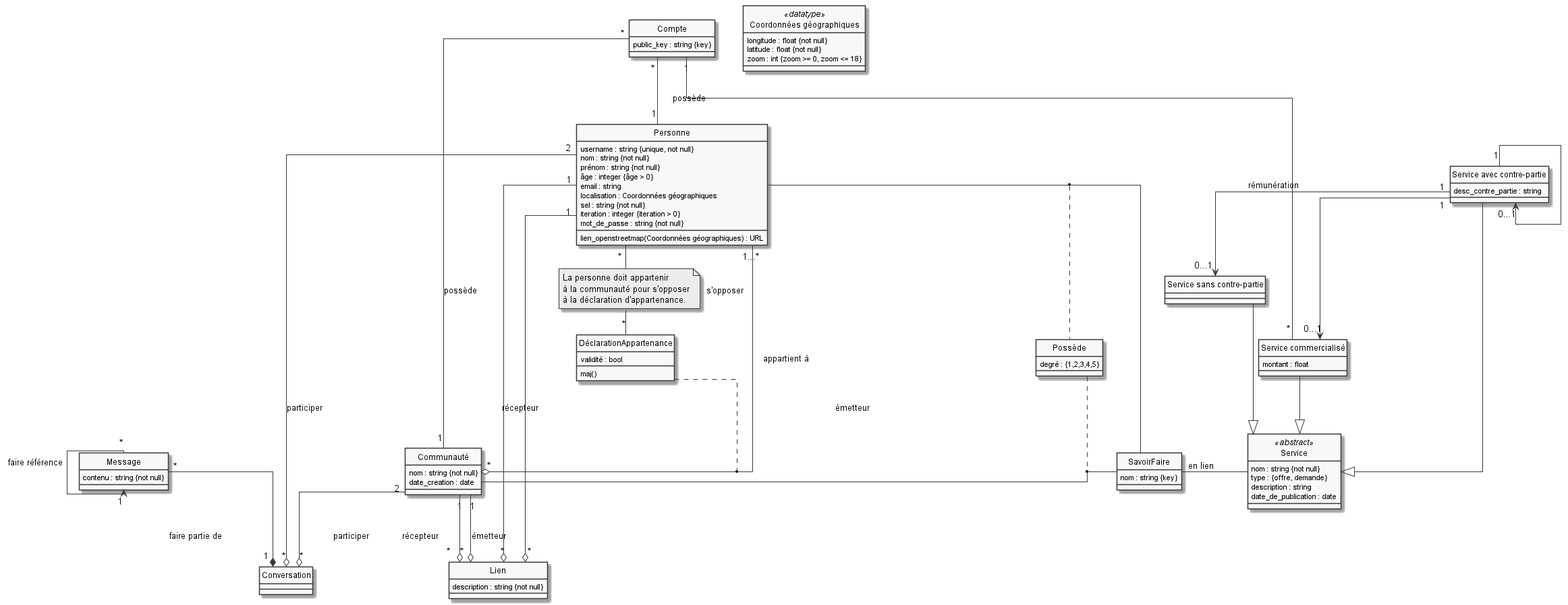
quachpas/projet-na17-groupe-3-p20 keeps this PlantUML diagram as Rendu image MCD/modele.png. Above is the earlier version. The source it was exported from:
```plantuml
@startuml

skinparam monochrome true
skinparam linetype polyline
skinparam linetype ortho
hide circle
class Communauté {
    nom : string {not null}
    date_creation : date
}
class Personne {
    username : string {unique, not null}
    nom : string {not null}
    prénom : string {not null}
    âge : integer {âge > 0}
    email : string
    localisation : Coordonnées géographiques
    lien_openstreetmap(Coordonnées géographiques) : URL
    sel : string {not null}
    iteration : integer {iteration > 0}
    mot_de_passe : string {not null}
}
class Compte {
    public_key : string {key}
}
class SavoirFaire {
    nom : string {key}
}
class Lien {
    description : string {not null}
}
class Conversation {

}
class Message {
    contenu : string {not null}
}
class "Service" <<abstract>> {
    nom : string {not null}
    type : {offre, demande}
    description : string
    date_de_publication : date
}
class "Service commercialisé" {
    montant : float
}
class "Service avec contre-partie" {
    desc_contre_partie : string
}
class "Service sans contre-partie"
class "DéclarationAppartenance" {
    validité : bool
    maj()
}
class "Possède" {
    degré : {1,2,3,4,5}
}
class "Coordonnées géographiques" <<datatype>>  {
    longitude : float {not null}
    latitude : float {not null}
    zoom : int {zoom >= 0, zoom <= 18}
}

"Compte" "1" -- "*" "Service commercialisé" : rémunération\t\t\t\t\t\t
"Compte" "*" - "1" "Communauté" : possède
"Compte" "*" -- "1" "Personne" : possède

"Communauté" - "SavoirFaire"
"Personne" - "SavoirFaire"
"SavoirFaire" - "Service" : en lien

"Personne" "*" -- "*" "DéclarationAppartenance" : s'opposer
note left on link
La personne doit appartenir
à la communauté pour s'opposer
à la déclaration d'appartenance.
endnote
"Service avec contre-partie" "1" -> "   0...1" "Service avec contre-partie"
"Service avec contre-partie" "1" -> "0...1" "Service sans contre-partie"
"Service avec contre-partie" "1" --> "0...1" "Service commercialisé"

"Message" "*" --> "1" "Message" : faire référence
"Service commercialisé" --|> "Service"
"Service avec contre-partie" --|> "Service"
"Service sans contre-partie" --|> "Service"

"Message" "*" --* "1" "Conversation" : faire partie de
"Personne" "1...*" -o "*" "Communauté" : appartient à
"Communauté" "1" --o "*" "Lien" : émetteur
"Communauté" "1" --o "*" "Lien" : récepteur

"Personne" "1" -o "*" "Lien" : émetteur\t\t\t\t\t\t\t\t\t\t\t
"Personne" "1" -o "*" "Lien" : récepteur\t\t\t\t\t\t\t\t\t

"Communauté" "2" --o "*" "Conversation" : participer
"Personne" "2" -o "*" "Conversation" : participer

Possède . (SavoirFaire, Communauté)
(SavoirFaire, Personne) . Possède

DéclarationAppartenance .. (Personne, Communauté)

@enduml
```
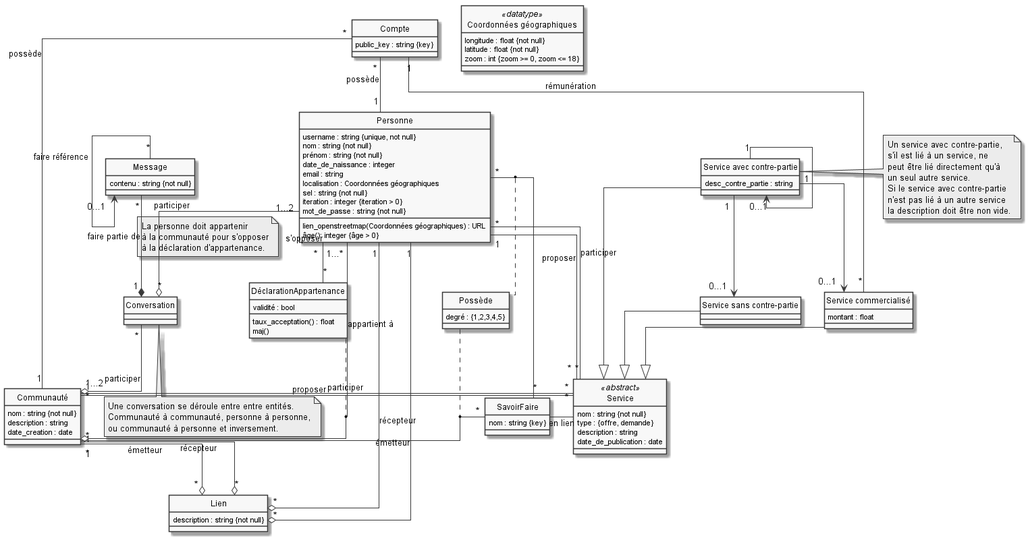
After the change.

What changed in the source:
```diff
@@ -6,19 +6,21 @@
 hide circle
 class Communauté {
     nom : string {not null}
+    description : string
     date_creation : date
 }
 class Personne {
     username : string {unique, not null}
     nom : string {not null}
     prénom : string {not null}
-    âge : integer {âge > 0}
+    date_de_naissance : integer
     email : string
     localisation : Coordonnées géographiques
     lien_openstreetmap(Coordonnées géographiques) : URL
     sel : string {not null}
     iteration : integer {iteration > 0}
     mot_de_passe : string {not null}
+    âge(): integer {âge > 0}
 }
 class Compte {
     public_key : string {key}
@@ -50,6 +52,7 @@
 class "Service sans contre-partie"
 class "DéclarationAppartenance" {
     validité : bool
+    taux_acceptation() : float
     maj()
 }
 class "Possède" {
@@ -62,11 +65,11 @@
 }
 
 "Compte" "1" -- "*" "Service commercialisé" : rémunération\t\t\t\t\t\t
-"Compte" "*" - "1" "Communauté" : possède
+"Compte" "*" -- "1" "Communauté" : possède
 "Compte" "*" -- "1" "Personne" : possède
 
-"Communauté" - "SavoirFaire"
-"Personne" - "SavoirFaire"
+"Communauté" "*" - "*" "SavoirFaire"
+"Personne" "*" - "*" "SavoirFaire"
 "SavoirFaire" - "Service" : en lien
 
 "Personne" "*" -- "*" "DéclarationAppartenance" : s'opposer
@@ -75,25 +78,47 @@
 à la communauté pour s'opposer
 à la déclaration d'appartenance.
 endnote
+
+"Personne" "1" - "*" "Service" : proposer
+"Communauté" "1" - "*" "Service" : proposer
+
+"Personne" "*" - "*" "Service" : participer
+"Communauté" "*" - "*" "Service" : participer
+
 "Service avec contre-partie" "1" -> "   0...1" "Service avec contre-partie"
 "Service avec contre-partie" "1" -> "0...1" "Service sans contre-partie"
 "Service avec contre-partie" "1" --> "0...1" "Service commercialisé"
+note right of "Service avec contre-partie"
+Un service avec contre-partie,
+s'il est lié à un service, ne
+peut être lié directement qu'à
+un seul autre service.
+Si le service avec contre-partie
+n'est pas lié à un autre service
+la description doit être non vide.
+endnote
 
-"Message" "*" --> "1" "Message" : faire référence
+"Message" "*" --> "0...1" "Message" : faire référence
 "Service commercialisé" --|> "Service"
 "Service avec contre-partie" --|> "Service"
 "Service sans contre-partie" --|> "Service"
 
 "Message" "*" --* "1" "Conversation" : faire partie de
+
 "Personne" "1...*" -o "*" "Communauté" : appartient à
 "Communauté" "1" --o "*" "Lien" : émetteur
 "Communauté" "1" --o "*" "Lien" : récepteur
 
-"Personne" "1" -o "*" "Lien" : émetteur\t\t\t\t\t\t\t\t\t\t\t
-"Personne" "1" -o "*" "Lien" : récepteur\t\t\t\t\t\t\t\t\t
+"Personne" "1" -o "*" "Lien" : émetteur
+"Personne" "1" -o "*" "Lien" : récepteur
 
-"Communauté" "2" --o "*" "Conversation" : participer
-"Personne" "2" -o "*" "Conversation" : participer
+"Conversation" "*" --o "1...2" "Communauté" : participer
+"Personne" "1...2" --o "*" "Conversation" : participer
+note bottom of "Conversation"
+Une conversation se déroule entre entre entités.
+Communauté à communauté, personne à personne,
+ou communauté à personne et inversement.
+endnote
 
 Possède . (SavoirFaire, Communauté)
 (SavoirFaire, Personne) . Possède
```
